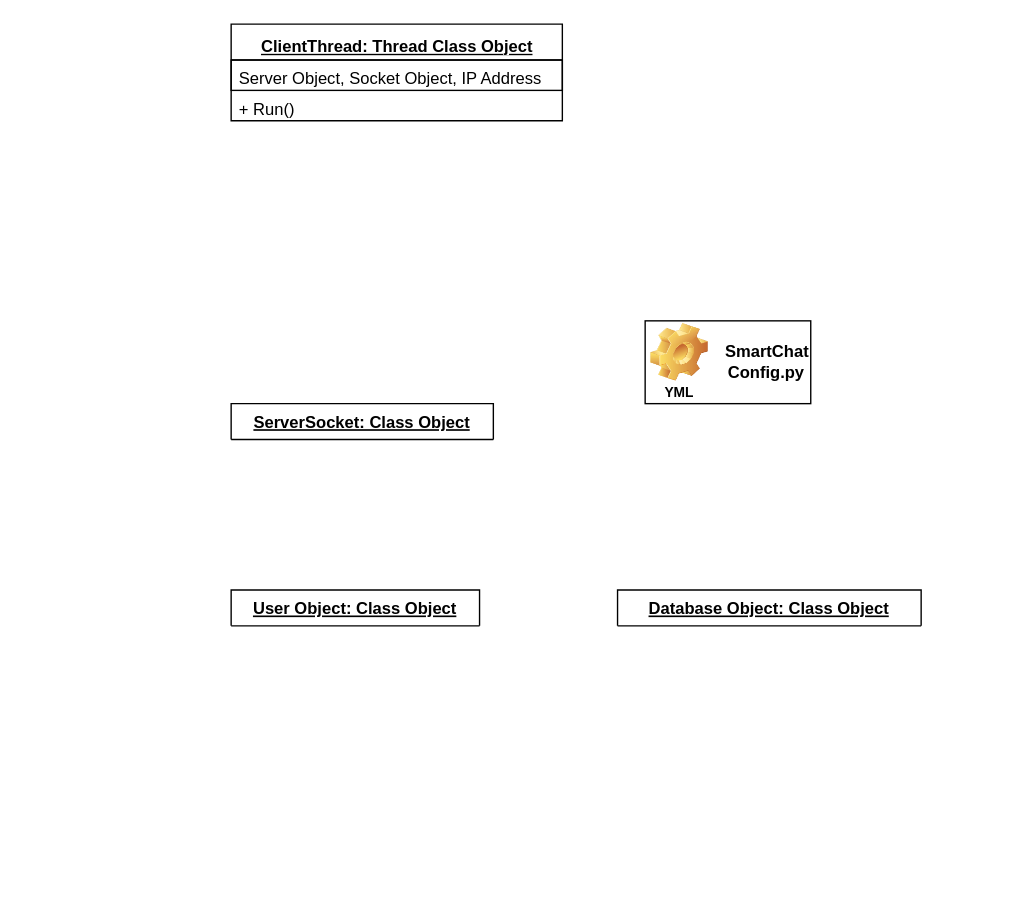
Earlier version of the draw.io diagram Untitled Diagram.drawio (RajivSIyer/Smart-Chat-Application). Source tidied: cells renumbered, new cells numbered last; positions are measured from the earlier drawing's top-left corner, leaving out a move shared by most shapes. Both pictures are drawn from the tidied source at 138%, with x=0, y=0 at pixel (230, 23).
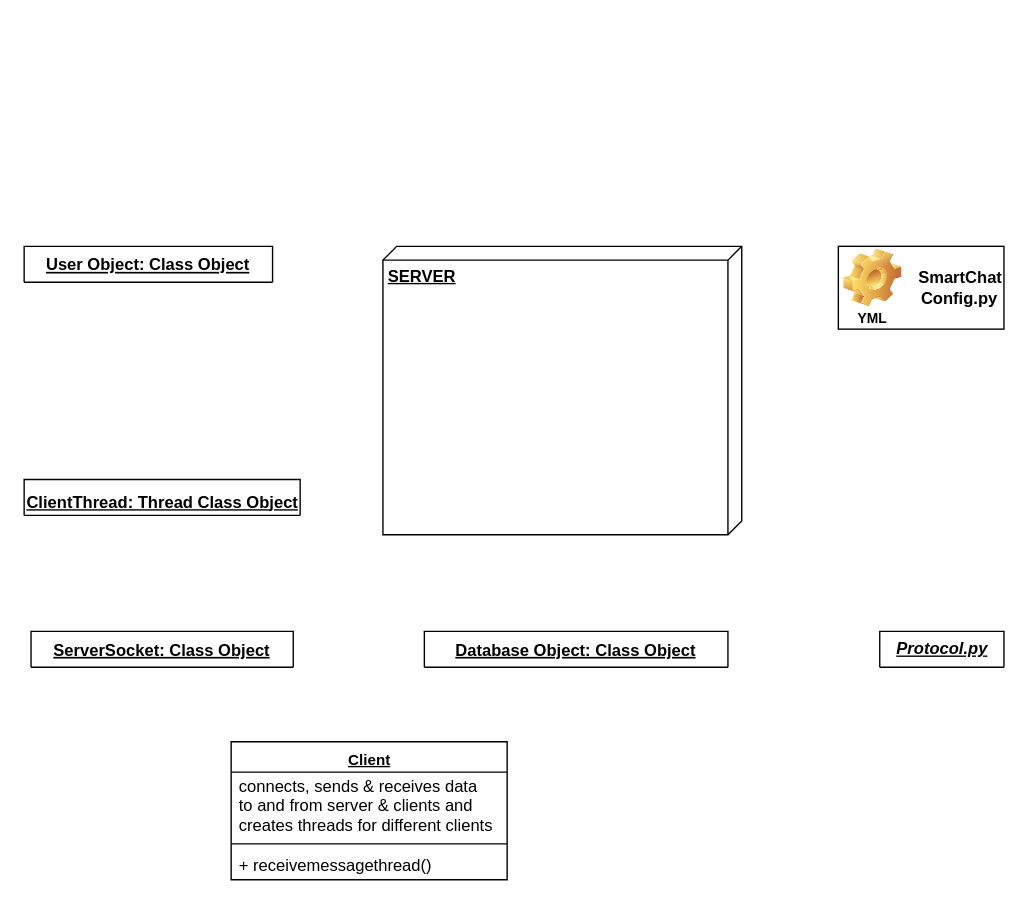
Above is the later version.

Change to the diagram source:
```diff
@@
 <mxGraphModel>
   <root>
     <mxCell id="0" />
     <mxCell id="1" parent="0" />
     <mxCell id="2" value="User Object: Class Object" style="swimlane;fontStyle=5;horizontal=1;startSize=26;fillColor=none;rounded=0;shadow=0;sketch=0;" parent="1" vertex="1" collapsed="1">
-      <mxGeometry y="410" width="180" height="26" as="geometry" />
+      <mxGeometry x="-150" y="161" width="180" height="26" as="geometry" />
     </mxCell>
     <mxCell id="3" value="&lt;b&gt;SmartChat&lt;br&gt;Config.py&amp;nbsp;&lt;/b&gt;" style="html=1;rounded=0;shadow=0;glass=0;sketch=0;fillColor=none;align=right;" parent="1" vertex="1">
-      <mxGeometry x="300" y="215" width="120" height="60" as="geometry" />
+      <mxGeometry x="440" y="161" width="120" height="60" as="geometry" />
     </mxCell>
     <mxCell id="4" value="&lt;font style=&quot;font-size: 10px&quot;&gt;YML&lt;/font&gt;" style="label;whiteSpace=wrap;html=1;align=center;verticalAlign=bottom;spacingLeft=0;spacingBottom=4;imageAlign=center;imageVerticalAlign=top;image=img/clipart/Gear_128x128.png;rounded=0;shadow=0;sketch=0;glass=0;fillColor=none;strokeColor=none;" parent="1" vertex="1">
-      <mxGeometry x="300" y="210" width="50" height="70" as="geometry" />
+      <mxGeometry x="440" y="156" width="50" height="70" as="geometry" />
     </mxCell>
     <mxCell id="5" value="Database Object: Class Object&#10;" style="swimlane;fontStyle=5;horizontal=1;startSize=26;fillColor=none;rounded=0;shadow=0;sketch=0;verticalAlign=top;" parent="1" vertex="1" collapsed="1">
-      <mxGeometry x="280" y="410" width="220" height="26" as="geometry" />
+      <mxGeometry x="140" y="440" width="220" height="26" as="geometry" />
     </mxCell>
     <mxCell id="6" value="ServerSocket: Class Object" style="swimlane;fontStyle=5;horizontal=1;startSize=26;fillColor=none;rounded=0;shadow=0;glass=0;sketch=0;strokeColor=default;align=center;verticalAlign=top;" parent="1" vertex="1" collapsed="1">
-      <mxGeometry y="275" width="190" height="26" as="geometry" />
+      <mxGeometry x="-145" y="440" width="190" height="26" as="geometry" />
     </mxCell>
-    <mxCell id="7" value="&lt;b&gt;&lt;u&gt;&lt;font style=&quot;font-size: 12px&quot;&gt;ClientThread: Thread Class Object&lt;/font&gt;&lt;/u&gt;&lt;/b&gt;" style="swimlane;fontStyle=0;horizontal=1;startSize=26;fillColor=none;rounded=0;shadow=0;glass=0;sketch=0;verticalAlign=bottom;html=1;perimeterSpacing=0;strokeWidth=1;strokeColor=default;fontSize=11;" parent="1" vertex="1">
-      <mxGeometry width="240" height="70" as="geometry" />
+    <mxCell id="7" value="&lt;b&gt;&lt;u&gt;&lt;font style=&quot;font-size: 12px&quot;&gt;ClientThread: Thread Class Object&lt;/font&gt;&lt;/u&gt;&lt;/b&gt;" style="swimlane;fontStyle=0;horizontal=1;startSize=26;fillColor=none;rounded=0;shadow=0;glass=0;sketch=0;verticalAlign=bottom;html=1;perimeterSpacing=0;strokeWidth=1;strokeColor=default;fontSize=11;" parent="1" vertex="1" collapsed="1">
+      <mxGeometry x="-150" y="330" width="200" height="26" as="geometry" />
     </mxCell>
-    <mxCell id="8" value="Server Object, Socket Object, IP Address" style="text;strokeColor=default;fillColor=none;align=left;verticalAlign=top;spacingLeft=4;spacingRight=4;overflow=hidden;" parent="7" vertex="1">
-      <mxGeometry y="26" width="240" height="22" as="geometry" />
-    </mxCell>
-    <mxCell id="9" value="+ Run()" style="text;strokeColor=none;fillColor=none;align=left;verticalAlign=top;spacingLeft=4;spacingRight=4;overflow=hidden;" parent="7" vertex="1">
-      <mxGeometry y="48" width="240" height="22" as="geometry" />
-    </mxCell>
+    <mxCell id="10" value="&lt;i&gt;&lt;u&gt;&lt;font style=&quot;font-size: 12px&quot;&gt;Protocol.py&lt;/font&gt;&lt;/u&gt;&lt;/i&gt;" style="swimlane;fontStyle=1;align=center;verticalAlign=middle;horizontal=1;startSize=26;rounded=0;shadow=0;glass=0;sketch=0;fontSize=11;strokeColor=default;strokeWidth=1;fillColor=none;html=1;" parent="1" vertex="1" collapsed="1">
+      <mxGeometry x="470" y="440" width="90" height="26" as="geometry" />
+    </mxCell>
+    <mxCell id="11" value="Client" style="swimlane;fontStyle=5;align=center;verticalAlign=top;horizontal=1;startSize=22;rounded=0;shadow=0;glass=0;sketch=0;fontSize=11;strokeColor=default;strokeWidth=1;fillColor=none;html=1;" parent="1" vertex="1">
+      <mxGeometry y="520" width="200" height="100" as="geometry" />
+    </mxCell>
+    <mxCell id="12" value="connects, sends &amp; receives data&#10;to and from server &amp; clients and&#10;creates threads for different clients" style="text;strokeColor=none;fillColor=none;align=left;verticalAlign=middle;spacingLeft=4;spacingRight=4;overflow=hidden;" parent="11" vertex="1">
+      <mxGeometry y="22" width="200" height="48" as="geometry" />
+    </mxCell>
+    <mxCell id="13" style="line;strokeWidth=1;fillColor=none;align=left;verticalAlign=middle;spacingTop=-1;spacingLeft=3;spacingRight=3;labelPosition=right;" parent="11" vertex="1">
+      <mxGeometry y="70" width="200" height="8" as="geometry" />
+    </mxCell>
+    <mxCell id="14" value="+ receivemessagethread()" style="text;strokeColor=none;fillColor=none;align=left;verticalAlign=middle;spacingLeft=4;spacingRight=4;overflow=hidden;" parent="11" vertex="1">
+      <mxGeometry y="78" width="200" height="22" as="geometry" />
+    </mxCell>
+    <mxCell id="15" value="&lt;b&gt;&lt;font style=&quot;font-size: 12px&quot;&gt;SERVER&lt;/font&gt;&lt;/b&gt;" style="verticalAlign=top;align=left;spacingTop=8;spacingLeft=2;spacingRight=12;shape=cube;size=10;direction=south;fontStyle=4;html=1;rounded=0;shadow=0;glass=0;sketch=0;fontSize=11;strokeColor=default;strokeWidth=1;fillColor=none;" parent="1" vertex="1">
+      <mxGeometry x="110" y="161" width="260" height="209" as="geometry" />
+    </mxCell>
   </root>
 </mxGraphModel>
```
